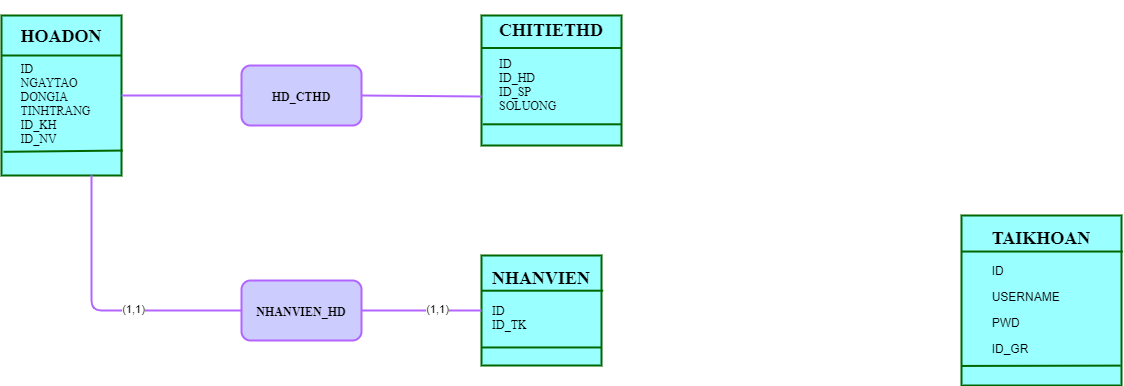
This is erd.drawio.png from sunny-THS/QlyBanDT, a draw.io export, as it was before one commit. Source tidied: cells renumbered, new cells last; positions are measured from the earlier drawing's top-left corner, leaving out a move shared by most shapes.
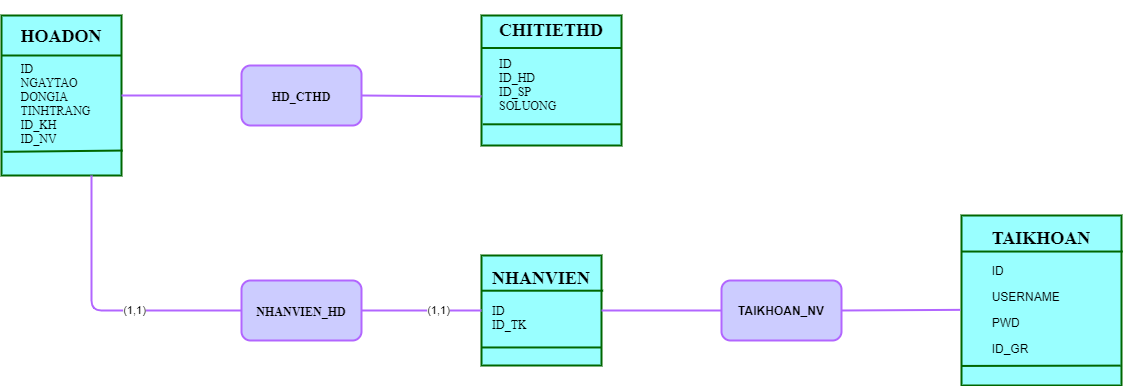
The same diagram one commit later.

Change to the diagram source:
```diff
@@ -68,5 +68,14 @@
     <mxCell id="21" style="endArrow=none;html=1;strokeColor=#006600;strokeWidth=2;entryX=-0.003;entryY=0.885;entryDx=0;entryDy=0;entryPerimeter=0;exitX=0.995;exitY=0.883;exitDx=0;exitDy=0;exitPerimeter=0;" parent="1" edge="1" source="19" target="19">
       <mxGeometry relative="1" as="geometry" />
     </mxCell>
+    <mxCell id="22" value="&lt;font color=&quot;#000000&quot;&gt;&lt;b&gt;TAIKHOAN_NV&lt;/b&gt;&lt;/font&gt;" style="rounded=1;whiteSpace=wrap;html=1;strokeWidth=2;verticalAlign=middle;strokeColor=#B266FF;fillColor=#CCCCFF;" parent="1" vertex="1">
+      <mxGeometry x="720" y="265" width="120" height="60" as="geometry" />
+    </mxCell>
+    <mxCell id="23" style="endArrow=none;html=1;strokeWidth=2;strokeColor=#B266FF;exitX=1;exitY=0.5;exitDx=0;exitDy=0;entryX=0;entryY=0.5;entryDx=0;entryDy=0;" parent="1" edge="1" source="11" target="22">
+      <mxGeometry relative="1" as="geometry" />
+    </mxCell>
+    <mxCell id="24" style="endArrow=none;html=1;strokeColor=#B266FF;strokeWidth=2;exitX=1;exitY=0.5;exitDx=0;exitDy=0;entryX=-0.007;entryY=0.555;entryDx=0;entryDy=0;entryPerimeter=0;" parent="1" edge="1" source="22" target="19">
+      <mxGeometry relative="1" as="geometry" />
+    </mxCell>
   </root>
 </mxGraphModel>
```
